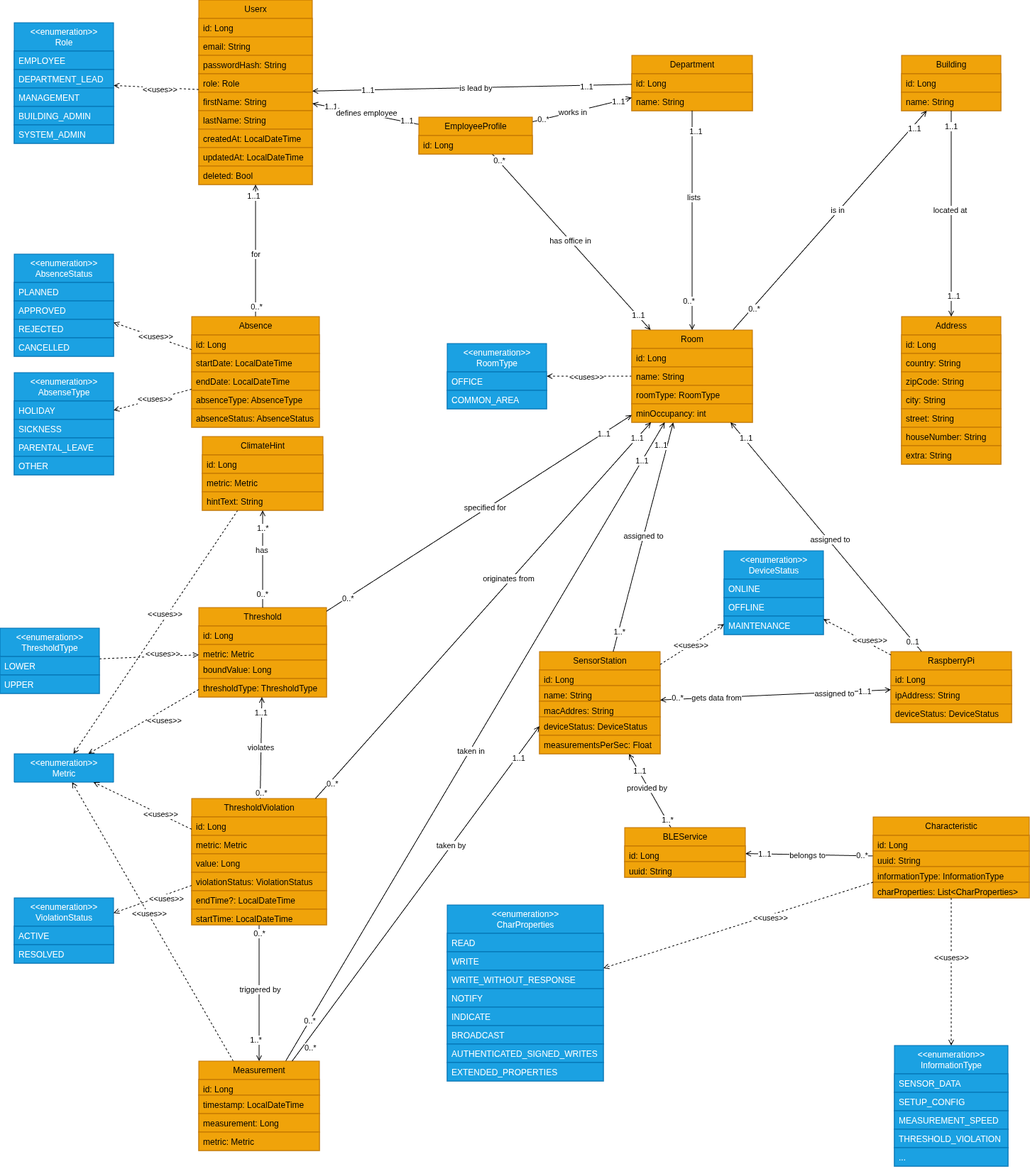
The draw.io diagram docs/Softwarekonzept_V2/images/climate-canary-webapp-backend.png in adriano-paganini/ClimateCanary, before a commit. Source tidied: cells renumbered, new cells last; positions are measured from the earlier drawing's top-left corner, leaving out a move shared by most shapes.
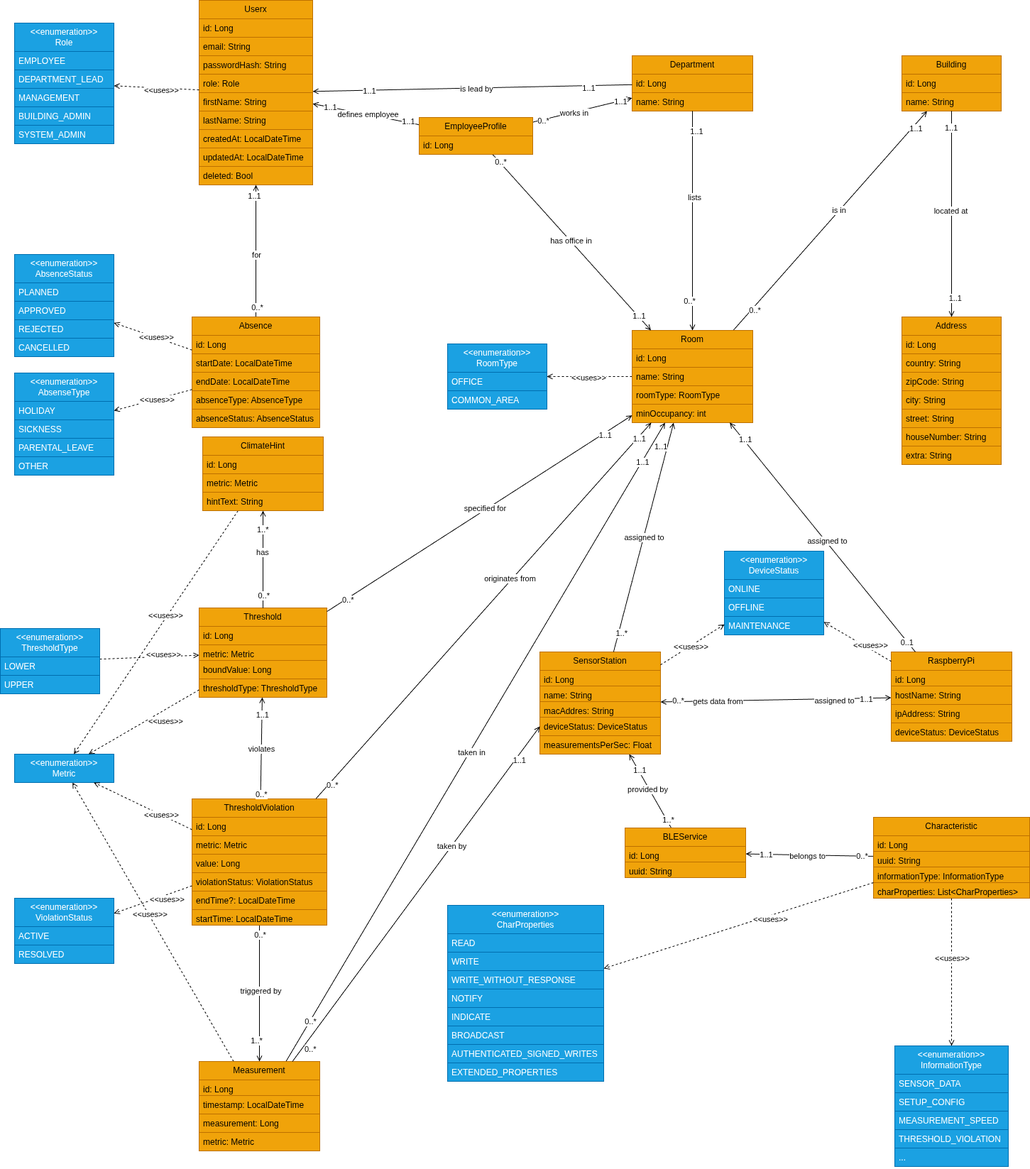
Above is the later version.

The edit, as a diff of the source:
```diff
@@ -211,16 +211,19 @@
       <mxGeometry y="104" width="170" height="26" as="geometry" />
     </mxCell>
     <mxCell id="66" value="RaspberryPi" style="swimlane;fontStyle=0;horizontal=1;startSize=26;fillColor=#f0a30a;whiteSpace=wrap;html=1;fontColor=#000000;strokeColor=#BD7000;" parent="1" vertex="1">
-      <mxGeometry x="1255" y="918" width="170" height="100" as="geometry" />
+      <mxGeometry x="1255" y="918" width="170" height="126" as="geometry" />
     </mxCell>
     <mxCell id="67" value="id: Long" style="text;strokeColor=#BD7000;fillColor=#f0a30a;align=left;verticalAlign=top;spacingLeft=4;spacingRight=4;overflow=hidden;whiteSpace=wrap;html=1;fontColor=#000000;" parent="66" vertex="1">
       <mxGeometry y="26" width="170" height="22" as="geometry" />
     </mxCell>
+    <mxCell id="232" value="hostName: String" style="text;strokeColor=#BD7000;fillColor=#f0a30a;align=left;verticalAlign=top;spacingLeft=4;spacingRight=4;overflow=hidden;whiteSpace=wrap;html=1;fontColor=#000000;" parent="66" vertex="1">
+      <mxGeometry y="48" width="170" height="26" as="geometry" />
+    </mxCell>
     <mxCell id="68" value="ipAddress: String" style="text;strokeColor=#BD7000;fillColor=#f0a30a;align=left;verticalAlign=top;spacingLeft=4;spacingRight=4;overflow=hidden;whiteSpace=wrap;html=1;fontColor=#000000;" parent="66" vertex="1">
-      <mxGeometry y="48" width="170" height="26" as="geometry" />
+      <mxGeometry y="74" width="170" height="26" as="geometry" />
     </mxCell>
     <mxCell id="69" value="deviceStatus: DeviceStatus" style="text;strokeColor=#BD7000;fillColor=#f0a30a;align=left;verticalAlign=top;spacingLeft=4;spacingRight=4;overflow=hidden;whiteSpace=wrap;html=1;fontColor=#000000;" parent="66" vertex="1">
-      <mxGeometry y="74" width="170" height="26" as="geometry" />
+      <mxGeometry y="100" width="170" height="26" as="geometry" />
     </mxCell>
     <mxCell id="70" value="&lt;div&gt;&amp;lt;&amp;lt;enumeration&amp;gt;&amp;gt;&lt;/div&gt;RoomType" style="swimlane;fontStyle=0;horizontal=1;startSize=40;fillColor=#1ba1e2;whiteSpace=wrap;html=1;fontColor=#ffffff;strokeColor=#006EAF;" parent="1" vertex="1">
       <mxGeometry x="630" y="484" width="140" height="92" as="geometry" />
```
